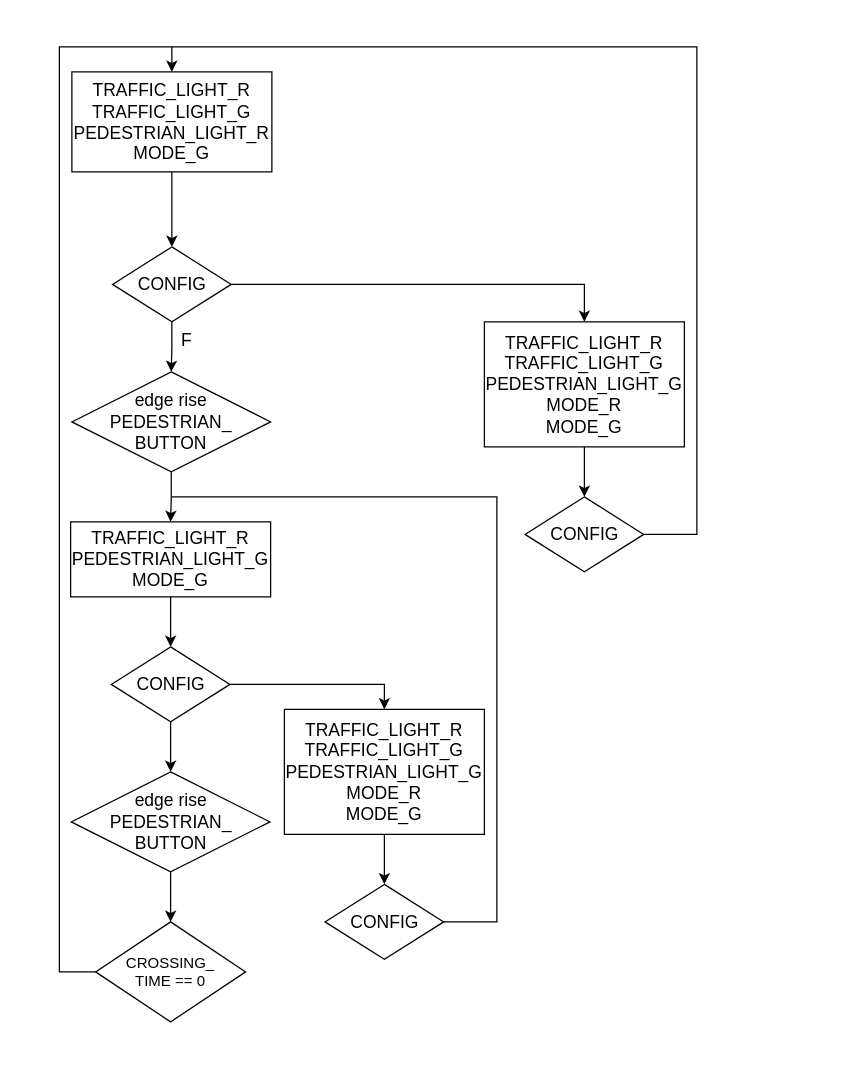
Above: ASM_Chart.drawio in MaheuTaroo/fuck (draw.io), before the change. Source tidied: cells renumbered, new cells numbered last; positions are measured from the earlier drawing's top-left corner, leaving out a move shared by most shapes. Both pictures are drawn from the tidied source at 125%, with x=0, y=0 at pixel (34, 21).
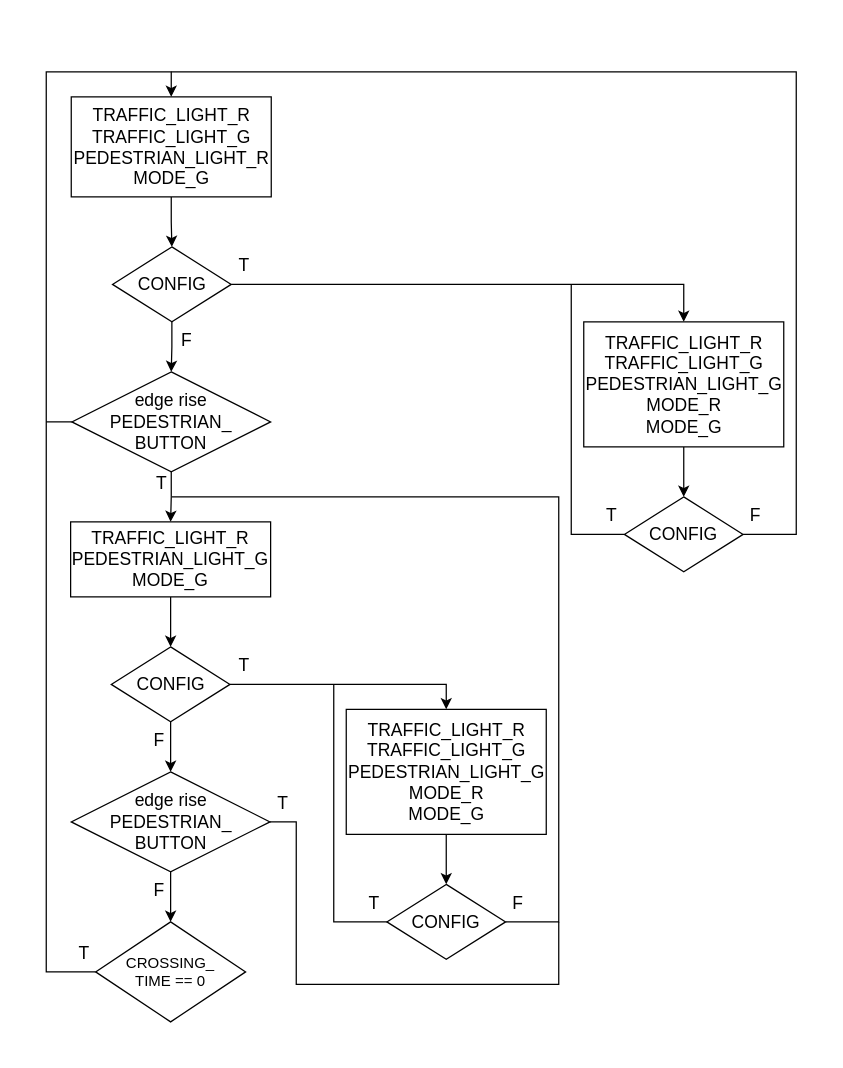
After the change.

Commit message (it also covers changes not shown here):
fuck 3.1: spinoff to fuck 3

The change refers to these unchanged cells:
```xml
<mxCell id="6" value="&lt;span style=&quot;font-size: 14px;&quot;&gt;edge rise&lt;/span&gt;&lt;div&gt;&lt;span style=&quot;font-size: 14px; background-color: initial;&quot;&gt;PEDESTRIAN_&lt;/span&gt;&lt;div&gt;&lt;span style=&quot;font-size: 14px;&quot;&gt;BUTTON&lt;/span&gt;&lt;/div&gt;&lt;/div&gt;" style="rhombus;whiteSpace=wrap;html=1;" parent="1" vertex="1">
  <mxGeometry x="30" y="280" width="159" height="80" as="geometry" />
</mxCell>
<mxCell id="17" value="&lt;span style=&quot;font-size: 14px;&quot;&gt;edge rise&lt;/span&gt;&lt;div&gt;&lt;span style=&quot;font-size: 14px; background-color: initial;&quot;&gt;PEDESTRIAN_&lt;/span&gt;&lt;div&gt;&lt;span style=&quot;font-size: 14px;&quot;&gt;BUTTON&lt;/span&gt;&lt;/div&gt;&lt;/div&gt;" style="rhombus;whiteSpace=wrap;html=1;" parent="1" vertex="1">
  <mxGeometry x="29.5" y="600" width="159" height="80" as="geometry" />
</mxCell>
<mxCell id="18" value="CROSSING_&lt;div&gt;TIME == 0&lt;/div&gt;" style="rhombus;whiteSpace=wrap;html=1;" parent="1" vertex="1">
  <mxGeometry x="49" y="720" width="120" height="80" as="geometry" />
</mxCell>
```

The edit, as a diff of the source:
```diff
@@
-    <mxCell id="2" style="rounded=0;whiteSpace=wrap;html=1;strokeColor=none;fillColor=none;" parent="1" vertex="1">
-      <mxGeometry width="550" height="820" as="geometry" />
-    </mxCell>
+    <mxCell id="28" style="rounded=0;whiteSpace=wrap;html=1;strokeColor=none;fillColor=none;" parent="1" vertex="1">
+      <mxGeometry x="-10.5" y="20" width="640" height="790" as="geometry" />
+    </mxCell>
@@
     <mxCell id="4" value="&lt;font style=&quot;font-size: 14px;&quot;&gt;TRAFFIC_LIGHT_R&lt;/font&gt;&lt;div style=&quot;font-size: 14px;&quot;&gt;&lt;font style=&quot;font-size: 14px;&quot;&gt;TRAFFIC_LIGHT_G&lt;/font&gt;&lt;/div&gt;&lt;div style=&quot;font-size: 14px;&quot;&gt;&lt;font style=&quot;font-size: 14px;&quot;&gt;PEDESTRIAN_LIGHT_R&lt;/font&gt;&lt;/div&gt;&lt;div style=&quot;font-size: 14px;&quot;&gt;&lt;font style=&quot;font-size: 14px;&quot;&gt;MODE_G&lt;/font&gt;&lt;/div&gt;" style="rounded=0;whiteSpace=wrap;html=1;" parent="1" vertex="1">
-      <mxGeometry x="30" y="40" width="160" height="80" as="geometry" />
+      <mxGeometry x="29.5" y="60" width="160" height="80" as="geometry" />
     </mxCell>
@@
-    <mxCell id="16" style="edgeStyle=orthogonalEdgeStyle;rounded=0;jettySize=auto;html=1;" parent="1" edge="1" source="17">
-      <mxGeometry relative="1" as="geometry">
-        <mxPoint x="109" y="720" as="targetPoint" />
-      </mxGeometry>
+    <mxCell id="16" style="edgeStyle=orthogonalEdgeStyle;rounded=0;jettySize=auto;html=1;entryX=0.5;entryY=0;entryDx=0;entryDy=0;" parent="1" edge="1" source="17" target="18">
+      <mxGeometry relative="1" as="geometry" />
     </mxCell>
@@
-    <mxCell id="19" style="endArrow=none;html=1;rounded=0;entryX=0;entryY=0.5;entryDx=0;entryDy=0;startArrow=classic;startFill=1;" parent="1" edge="1">
+    <mxCell id="19" style="endArrow=none;html=1;rounded=0;entryX=0;entryY=0.5;entryDx=0;entryDy=0;startArrow=classic;startFill=1;" parent="1" edge="1" target="18">
       <mxGeometry relative="1" as="geometry">
-        <mxPoint x="110" y="40" as="sourcePoint" />
-        <mxPoint x="49" y="760" as="targetPoint" />
+        <mxPoint x="109.5" y="60" as="sourcePoint" />
         <Array as="points">
-          <mxPoint x="110" y="20" />
-          <mxPoint x="20" y="20" />
-          <mxPoint x="20" y="760" />
+          <mxPoint x="109.5" y="40" />
+          <mxPoint x="9.5" y="40" />
+          <mxPoint x="9.5" y="760" />
         </Array>
       </mxGeometry>
     </mxCell>
@@
     <mxCell id="21" value="&lt;font style=&quot;font-size: 14px;&quot;&gt;TRAFFIC_LIGHT_R&lt;/font&gt;&lt;div style=&quot;font-size: 14px;&quot;&gt;TRAFFIC_LIGHT_G&lt;/div&gt;&lt;div style=&quot;font-size: 14px;&quot;&gt;PEDESTRIAN_LIGHT_G&lt;/div&gt;&lt;div style=&quot;font-size: 14px;&quot;&gt;MODE_R&lt;/div&gt;&lt;div style=&quot;font-size: 14px;&quot;&gt;MODE_G&lt;/div&gt;" style="rounded=0;whiteSpace=wrap;html=1;" parent="1" vertex="1">
-      <mxGeometry x="360" y="240" width="160" height="100" as="geometry" />
+      <mxGeometry x="439.5" y="240" width="160" height="100" as="geometry" />
     </mxCell>
     <mxCell id="22" value="&lt;font style=&quot;font-size: 14px;&quot;&gt;CONFIG&lt;/font&gt;" style="rhombus;whiteSpace=wrap;html=1;" parent="1" vertex="1">
-      <mxGeometry x="392.5" y="380" width="95" height="60" as="geometry" />
+      <mxGeometry x="472" y="380" width="95" height="60" as="geometry" />
     </mxCell>
     <mxCell id="23" style="endArrow=none;html=1;rounded=0;exitX=1;exitY=0.5;exitDx=0;exitDy=0;" parent="1" edge="1" source="22">
       <mxGeometry relative="1" as="geometry">
-        <mxPoint x="110" y="20" as="targetPoint" />
+        <mxPoint x="109.5" y="40" as="targetPoint" />
         <Array as="points">
-          <mxPoint x="530" y="410" />
-          <mxPoint x="530" y="20" />
+          <mxPoint x="609.5" y="410" />
+          <mxPoint x="609.5" y="40" />
         </Array>
       </mxGeometry>
     </mxCell>
@@
     <mxCell id="25" value="&lt;font style=&quot;font-size: 14px;&quot;&gt;TRAFFIC_LIGHT_R&lt;/font&gt;&lt;div style=&quot;font-size: 14px;&quot;&gt;TRAFFIC_LIGHT_G&lt;/div&gt;&lt;div style=&quot;font-size: 14px;&quot;&gt;PEDESTRIAN_LIGHT_G&lt;/div&gt;&lt;div style=&quot;font-size: 14px;&quot;&gt;MODE_R&lt;/div&gt;&lt;div style=&quot;font-size: 14px;&quot;&gt;MODE_G&lt;/div&gt;" style="rounded=0;whiteSpace=wrap;html=1;" parent="1" vertex="1">
-      <mxGeometry x="200" y="550" width="160" height="100" as="geometry" />
+      <mxGeometry x="249.5" y="550" width="160" height="100" as="geometry" />
     </mxCell>
     <mxCell id="26" value="&lt;font style=&quot;font-size: 14px;&quot;&gt;CONFIG&lt;/font&gt;" style="rhombus;whiteSpace=wrap;html=1;" parent="1" vertex="1">
-      <mxGeometry x="232.5" y="690" width="95" height="60" as="geometry" />
+      <mxGeometry x="282" y="690" width="95" height="60" as="geometry" />
     </mxCell>
     <mxCell id="27" style="endArrow=none;html=1;rounded=0;exitX=1;exitY=0.5;exitDx=0;exitDy=0;" parent="1" edge="1" source="26">
       <mxGeometry relative="1" as="geometry">
         <mxPoint x="110" y="380" as="targetPoint" />
         <Array as="points">
-          <mxPoint x="370" y="720" />
-          <mxPoint x="370" y="380" />
+          <mxPoint x="419.5" y="720" />
+          <mxPoint x="419.5" y="380" />
         </Array>
       </mxGeometry>
     </mxCell>
+    <mxCell id="29" value="&lt;font style=&quot;font-size: 14px;&quot;&gt;T&lt;/font&gt;" style="text;html=1;align=center;verticalAlign=middle;whiteSpace=wrap;rounded=0;" parent="1" vertex="1">
+      <mxGeometry x="92" y="354" width="20" height="30" as="geometry" />
+    </mxCell>
+    <mxCell id="30" value="&lt;font style=&quot;font-size: 14px;&quot;&gt;T&lt;/font&gt;" style="text;html=1;align=center;verticalAlign=middle;whiteSpace=wrap;rounded=0;" parent="1" vertex="1">
+      <mxGeometry x="157.5" y="180" width="20" height="30" as="geometry" />
+    </mxCell>
+    <mxCell id="31" value="&lt;font style=&quot;font-size: 14px;&quot;&gt;F&lt;/font&gt;" style="text;html=1;align=center;verticalAlign=middle;whiteSpace=wrap;rounded=0;" parent="1" vertex="1">
+      <mxGeometry x="90" y="560" width="20" height="30" as="geometry" />
+    </mxCell>
+    <mxCell id="32" value="&lt;font style=&quot;font-size: 14px;&quot;&gt;T&lt;/font&gt;" style="text;html=1;align=center;verticalAlign=middle;whiteSpace=wrap;rounded=0;" parent="1" vertex="1">
+      <mxGeometry x="157.5" y="500" width="20" height="30" as="geometry" />
+    </mxCell>
+    <mxCell id="33" style="endArrow=none;html=1;rounded=0;entryX=0;entryY=0.5;entryDx=0;entryDy=0;" parent="1" edge="1" target="6">
+      <mxGeometry relative="1" as="geometry">
+        <mxPoint x="9.5" y="320" as="sourcePoint" />
+      </mxGeometry>
+    </mxCell>
+    <mxCell id="34" style="endArrow=none;html=1;rounded=0;exitX=1;exitY=0.5;exitDx=0;exitDy=0;" parent="1" edge="1" source="17">
+      <mxGeometry relative="1" as="geometry">
+        <mxPoint x="419.5" y="720" as="targetPoint" />
+        <Array as="points">
+          <mxPoint x="209.5" y="640" />
+          <mxPoint x="209.5" y="770" />
+          <mxPoint x="419.5" y="770" />
+        </Array>
+      </mxGeometry>
+    </mxCell>
+    <mxCell id="35" value="&lt;font style=&quot;font-size: 14px;&quot;&gt;F&lt;/font&gt;" style="text;html=1;align=center;verticalAlign=middle;whiteSpace=wrap;rounded=0;" parent="1" vertex="1">
+      <mxGeometry x="90" y="680" width="20" height="30" as="geometry" />
+    </mxCell>
+    <mxCell id="36" value="&lt;font style=&quot;font-size: 14px;&quot;&gt;T&lt;/font&gt;" style="text;html=1;align=center;verticalAlign=middle;whiteSpace=wrap;rounded=0;" parent="1" vertex="1">
+      <mxGeometry x="188.5" y="610" width="20" height="30" as="geometry" />
+    </mxCell>
+    <mxCell id="37" style="endArrow=none;html=1;rounded=0;entryX=0;entryY=0.5;entryDx=0;entryDy=0;" parent="1" edge="1" target="22">
+      <mxGeometry relative="1" as="geometry">
+        <mxPoint x="429.5" y="210" as="sourcePoint" />
+        <Array as="points">
+          <mxPoint x="429.5" y="410" />
+        </Array>
+      </mxGeometry>
+    </mxCell>
+    <mxCell id="38" value="&lt;font style=&quot;font-size: 14px;&quot;&gt;F&lt;/font&gt;" style="text;html=1;align=center;verticalAlign=middle;whiteSpace=wrap;rounded=0;" parent="1" vertex="1">
+      <mxGeometry x="567" y="380" width="20" height="30" as="geometry" />
+    </mxCell>
+    <mxCell id="39" value="&lt;font style=&quot;font-size: 14px;&quot;&gt;T&lt;/font&gt;" style="text;html=1;align=center;verticalAlign=middle;whiteSpace=wrap;rounded=0;" parent="1" vertex="1">
+      <mxGeometry x="452" y="380" width="20" height="30" as="geometry" />
+    </mxCell>
+    <mxCell id="40" style="endArrow=none;html=1;rounded=0;exitX=0;exitY=0.5;exitDx=0;exitDy=0;" parent="1" edge="1" source="26">
+      <mxGeometry relative="1" as="geometry">
+        <mxPoint x="239.5" y="530" as="targetPoint" />
+        <Array as="points">
+          <mxPoint x="239.5" y="720" />
+        </Array>
+      </mxGeometry>
+    </mxCell>
+    <mxCell id="41" value="&lt;font style=&quot;font-size: 14px;&quot;&gt;T&lt;/font&gt;" style="text;html=1;align=center;verticalAlign=middle;whiteSpace=wrap;rounded=0;" parent="1" vertex="1">
+      <mxGeometry x="262" y="690" width="20" height="30" as="geometry" />
+    </mxCell>
+    <mxCell id="42" value="&lt;font style=&quot;font-size: 14px;&quot;&gt;F&lt;/font&gt;" style="text;html=1;align=center;verticalAlign=middle;whiteSpace=wrap;rounded=0;" parent="1" vertex="1">
+      <mxGeometry x="377" y="690" width="20" height="30" as="geometry" />
+    </mxCell>
+    <mxCell id="43" value="&lt;font style=&quot;font-size: 14px;&quot;&gt;T&lt;/font&gt;" style="text;html=1;align=center;verticalAlign=middle;whiteSpace=wrap;rounded=0;" parent="1" vertex="1">
+      <mxGeometry x="30" y="730" width="20" height="30" as="geometry" />
+    </mxCell>
```
